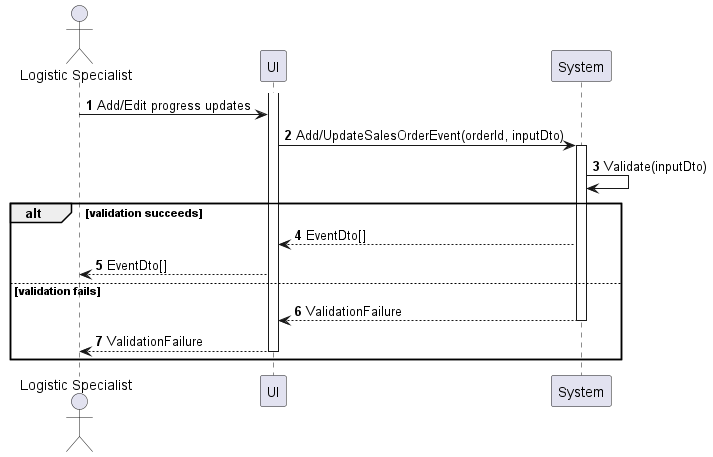
The PlantUML diagram sequences/sales-order-update-progress.png in phihungha/scmss-reqs, before a commit.
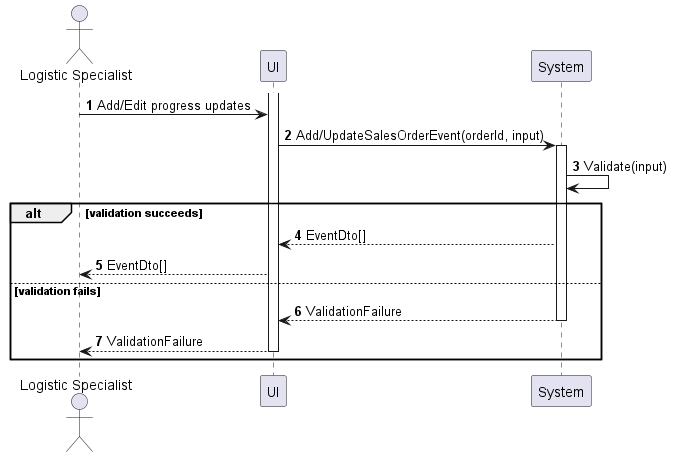
After the commit.

The edit, as a diff of the source:
```diff
@@ -7,9 +7,9 @@
 
 activate f
 a -> f : Add/Edit progress updates
-f -> b : Add/UpdateSalesOrderEvent(orderId, inputDto)
+f -> b : Add/UpdateSalesOrderEvent(orderId, input)
 activate b
-b -> b : Validate(inputDto)
+b -> b : Validate(input)
 
 alt validation succeeds
     b --> f : EventDto[]
```
